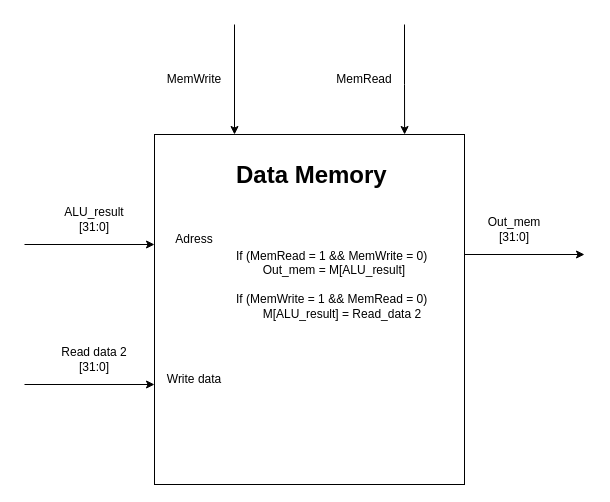
Earlier version of the draw.io diagram Data_memory.drawio (limichael246/STARS_2024). Source tidied: cells renumbered, new cells numbered last; positions are measured from the earlier drawing's top-left corner, leaving out a move shared by most shapes. Both pictures are drawn from the tidied source at 100%, with x=0, y=0 at pixel (24, 24).
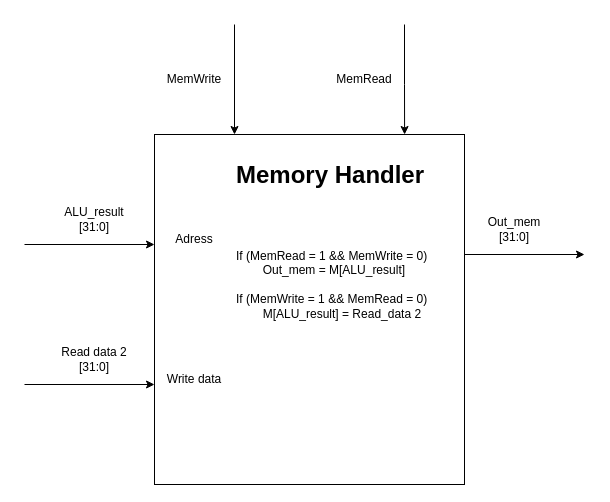
After the change.

Diff of the diagram source:
```diff
@@
-    <mxCell id="14" value="&lt;h1 style=&quot;margin-top: 0px;&quot;&gt;Data Memory&lt;/h1&gt;&lt;div&gt;&lt;br&gt;&lt;/div&gt;&lt;div&gt;&lt;br&gt;&lt;/div&gt;&lt;div&gt;&lt;br&gt;&lt;/div&gt;&lt;div&gt;If (MemRead = 1 &amp;amp;&amp;amp; MemWrite = 0)&amp;nbsp;&lt;/div&gt;&lt;div&gt;&lt;span style=&quot;white-space: pre;&quot;&gt;&#9;&lt;/span&gt;Out_mem = M[ALU_result]&lt;br&gt;&lt;/div&gt;&lt;div&gt;&lt;br&gt;&lt;/div&gt;&lt;div&gt;If (MemWrite = 1 &amp;amp;&amp;amp; MemRead = 0)&lt;/div&gt;&lt;div&gt;&lt;span style=&quot;white-space: pre;&quot;&gt;&#9;&lt;/span&gt;M[ALU_result] = Read_data 2&lt;br&gt;&lt;/div&gt;" style="text;html=1;whiteSpace=wrap;overflow=hidden;rounded=0;" parent="1" vertex="1">
+    <mxCell id="14" value="&lt;h1 style=&quot;margin-top: 0px;&quot;&gt;Memory Handler&lt;/h1&gt;&lt;div&gt;&lt;br&gt;&lt;/div&gt;&lt;div&gt;&lt;br&gt;&lt;/div&gt;&lt;div&gt;&lt;br&gt;&lt;/div&gt;&lt;div&gt;If (MemRead = 1 &amp;amp;&amp;amp; MemWrite = 0)&amp;nbsp;&lt;/div&gt;&lt;div&gt;&lt;span style=&quot;white-space: pre;&quot;&gt;&#9;&lt;/span&gt;Out_mem = M[ALU_result]&lt;br&gt;&lt;/div&gt;&lt;div&gt;&lt;br&gt;&lt;/div&gt;&lt;div&gt;If (MemWrite = 1 &amp;amp;&amp;amp; MemRead = 0)&lt;/div&gt;&lt;div&gt;&lt;span style=&quot;white-space: pre;&quot;&gt;&#9;&lt;/span&gt;M[ALU_result] = Read_data 2&lt;br&gt;&lt;/div&gt;" style="text;html=1;whiteSpace=wrap;overflow=hidden;rounded=0;" parent="1" vertex="1">
       <mxGeometry x="210" y="130" width="200" height="290" as="geometry" />
     </mxCell>
```
